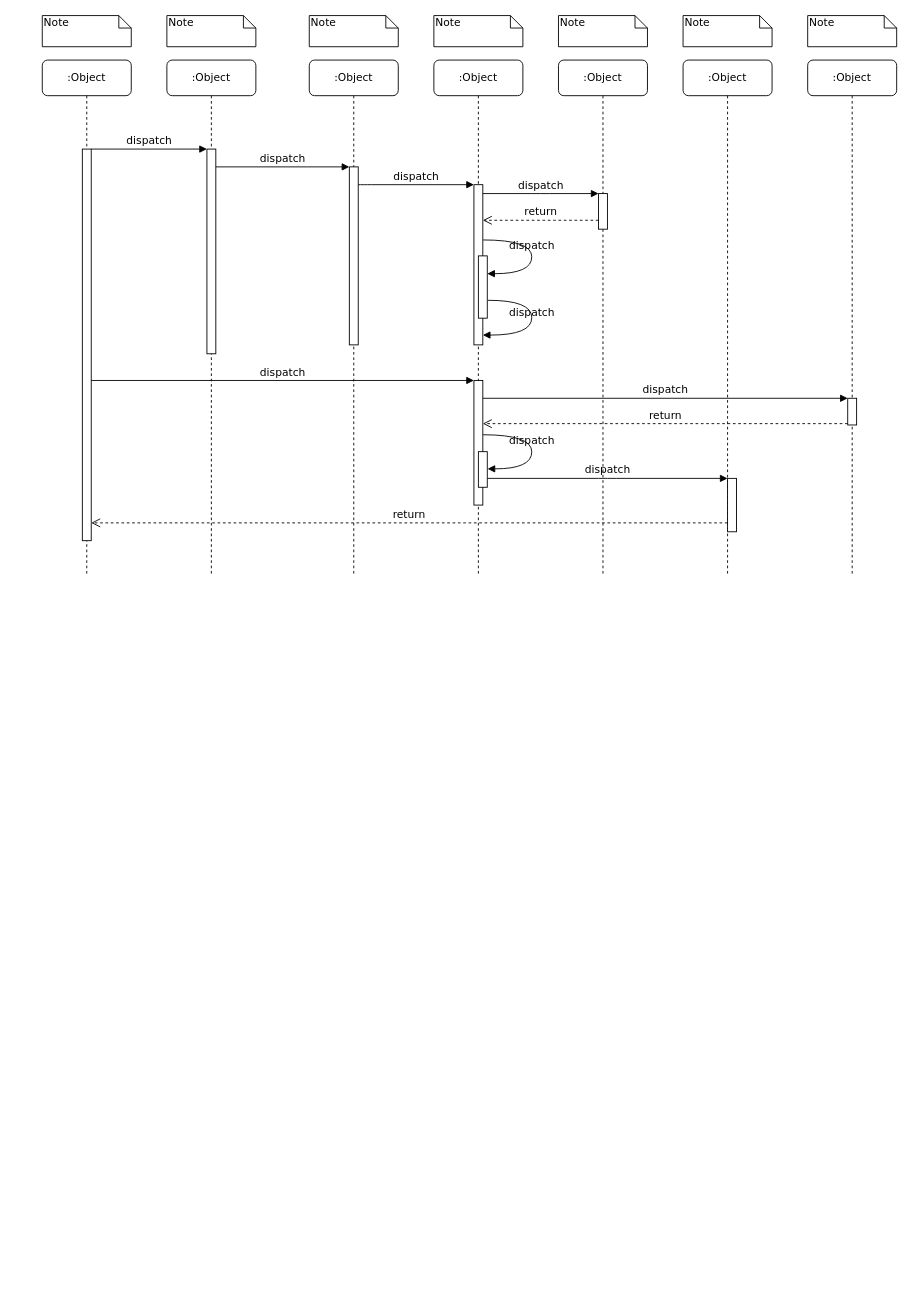
Earlier version of the draw.io diagram 未命名绘图.drawio (jiaweicheng77/drawio). Source tidied: cells renumbered, new cells numbered last; positions are measured from the earlier drawing's top-left corner, leaving out a move shared by most shapes. Both pictures are drawn from the tidied source at 89%, with x=0, y=0 at pixel (42, 15).
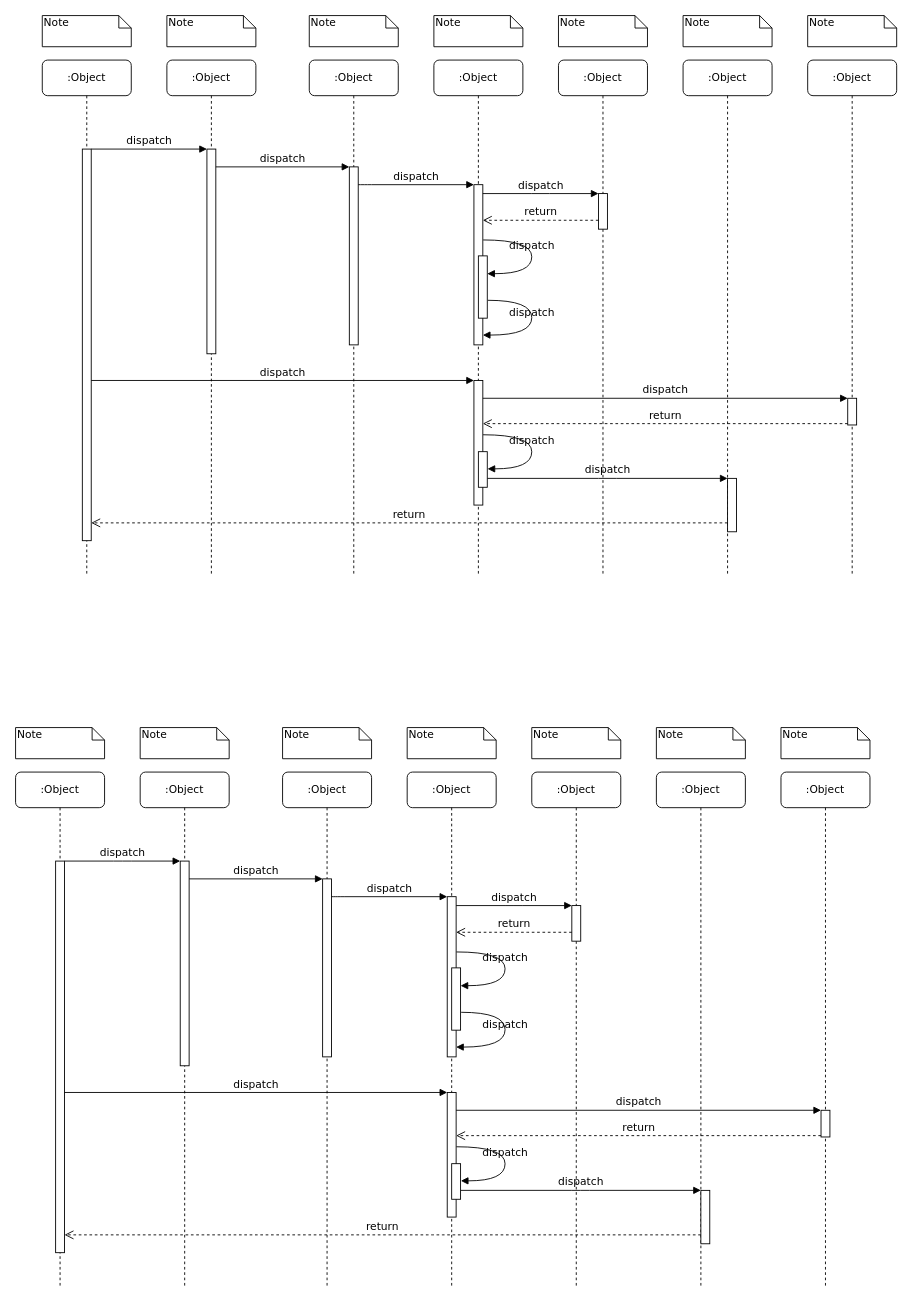
The same page after the edit.

The edit, as a diff of the source:
```diff
@@
+    <mxCell id="39" value=":Object" style="shape=umlLifeline;perimeter=lifelinePerimeter;whiteSpace=wrap;html=1;rounded=1;shadow=0;comic=0;labelBackgroundColor=none;strokeWidth=1;fontFamily=Verdana;fontSize=12;align=center;" parent="1" vertex="1">
+      <mxGeometry x="110" y="850" width="100" height="580" as="geometry" />
+    </mxCell>
+    <mxCell id="40" style="html=1;points=[];perimeter=orthogonalPerimeter;rounded=0;shadow=0;comic=0;labelBackgroundColor=none;strokeWidth=1;fontFamily=Verdana;fontSize=12;align=center;" parent="39" vertex="1">
+      <mxGeometry x="45" y="100" width="10" height="230" as="geometry" />
+    </mxCell>
+    <mxCell id="41" value=":Object" style="shape=umlLifeline;perimeter=lifelinePerimeter;whiteSpace=wrap;html=1;rounded=1;shadow=0;comic=0;labelBackgroundColor=none;strokeWidth=1;fontFamily=Verdana;fontSize=12;align=center;" parent="1" vertex="1">
+      <mxGeometry x="270" y="850" width="100" height="580" as="geometry" />
+    </mxCell>
+    <mxCell id="42" style="html=1;points=[];perimeter=orthogonalPerimeter;rounded=0;shadow=0;comic=0;labelBackgroundColor=none;strokeWidth=1;fontFamily=Verdana;fontSize=12;align=center;" parent="41" vertex="1">
+      <mxGeometry x="45" y="120" width="10" height="200" as="geometry" />
+    </mxCell>
+    <mxCell id="43" value=":Object" style="shape=umlLifeline;perimeter=lifelinePerimeter;whiteSpace=wrap;html=1;rounded=1;shadow=0;comic=0;labelBackgroundColor=none;strokeWidth=1;fontFamily=Verdana;fontSize=12;align=center;" parent="1" vertex="1">
+      <mxGeometry x="410" y="850" width="100" height="580" as="geometry" />
+    </mxCell>
+    <mxCell id="44" value=":Object" style="shape=umlLifeline;perimeter=lifelinePerimeter;whiteSpace=wrap;html=1;rounded=1;shadow=0;comic=0;labelBackgroundColor=none;strokeWidth=1;fontFamily=Verdana;fontSize=12;align=center;" parent="1" vertex="1">
+      <mxGeometry x="550" y="850" width="100" height="580" as="geometry" />
+    </mxCell>
+    <mxCell id="45" value=":Object" style="shape=umlLifeline;perimeter=lifelinePerimeter;whiteSpace=wrap;html=1;rounded=1;shadow=0;comic=0;labelBackgroundColor=none;strokeWidth=1;fontFamily=Verdana;fontSize=12;align=center;" parent="1" vertex="1">
+      <mxGeometry x="690" y="850" width="100" height="580" as="geometry" />
+    </mxCell>
+    <mxCell id="46" value=":Object" style="shape=umlLifeline;perimeter=lifelinePerimeter;whiteSpace=wrap;html=1;rounded=1;shadow=0;comic=0;labelBackgroundColor=none;strokeWidth=1;fontFamily=Verdana;fontSize=12;align=center;" parent="1" vertex="1">
+      <mxGeometry x="830" y="850" width="100" height="580" as="geometry" />
+    </mxCell>
+    <mxCell id="47" value=":Object" style="shape=umlLifeline;perimeter=lifelinePerimeter;whiteSpace=wrap;html=1;rounded=1;shadow=0;comic=0;labelBackgroundColor=none;strokeWidth=1;fontFamily=Verdana;fontSize=12;align=center;" parent="1" vertex="1">
+      <mxGeometry x="-30" y="850" width="100" height="580" as="geometry" />
+    </mxCell>
+    <mxCell id="48" style="html=1;points=[];perimeter=orthogonalPerimeter;rounded=0;shadow=0;comic=0;labelBackgroundColor=none;strokeWidth=1;fontFamily=Verdana;fontSize=12;align=center;" parent="47" vertex="1">
+      <mxGeometry x="45" y="100" width="10" height="440" as="geometry" />
+    </mxCell>
+    <mxCell id="49" style="html=1;points=[];perimeter=orthogonalPerimeter;rounded=0;shadow=0;comic=0;labelBackgroundColor=none;strokeWidth=1;fontFamily=Verdana;fontSize=12;align=center;" parent="1" vertex="1">
+      <mxGeometry x="455" y="990" width="10" height="180" as="geometry" />
+    </mxCell>
+    <mxCell id="50" value="dispatch" style="html=1;verticalAlign=bottom;endArrow=block;labelBackgroundColor=none;fontFamily=Verdana;fontSize=12;edgeStyle=elbowEdgeStyle;elbow=vertical;" parent="1" edge="1" source="42" target="49">
+      <mxGeometry relative="1" as="geometry">
+        <Array as="points">
+          <mxPoint x="330" y="990" />
+        </Array>
+      </mxGeometry>
+    </mxCell>
+    <mxCell id="51" style="html=1;points=[];perimeter=orthogonalPerimeter;rounded=0;shadow=0;comic=0;labelBackgroundColor=none;strokeWidth=1;fontFamily=Verdana;fontSize=12;align=center;" parent="1" vertex="1">
+      <mxGeometry x="595" y="1000" width="10" height="40" as="geometry" />
+    </mxCell>
+    <mxCell id="52" value="dispatch" style="html=1;verticalAlign=bottom;endArrow=block;entryX=0;entryY=0;labelBackgroundColor=none;fontFamily=Verdana;fontSize=12;edgeStyle=elbowEdgeStyle;elbow=vertical;" parent="1" edge="1" source="49" target="51">
+      <mxGeometry relative="1" as="geometry" />
+    </mxCell>
+    <mxCell id="53" value="return" style="html=1;verticalAlign=bottom;endArrow=open;dashed=1;endSize=8;labelBackgroundColor=none;fontFamily=Verdana;fontSize=12;edgeStyle=elbowEdgeStyle;elbow=vertical;" parent="1" edge="1" source="51" target="49">
+      <mxGeometry relative="1" as="geometry">
+        <Array as="points">
+          <mxPoint x="540" y="1030" />
+          <mxPoint x="570" y="1030" />
+        </Array>
+      </mxGeometry>
+    </mxCell>
+    <mxCell id="54" style="html=1;points=[];perimeter=orthogonalPerimeter;rounded=0;shadow=0;comic=0;labelBackgroundColor=none;strokeWidth=1;fontFamily=Verdana;fontSize=12;align=center;" parent="1" vertex="1">
+      <mxGeometry x="455" y="1210" width="10" height="140" as="geometry" />
+    </mxCell>
+    <mxCell id="55" value="dispatch" style="html=1;verticalAlign=bottom;endArrow=block;entryX=0;entryY=0;labelBackgroundColor=none;fontFamily=Verdana;fontSize=12;" parent="1" edge="1" source="48" target="54">
+      <mxGeometry relative="1" as="geometry" />
+    </mxCell>
+    <mxCell id="56" style="html=1;points=[];perimeter=orthogonalPerimeter;rounded=0;shadow=0;comic=0;labelBackgroundColor=none;strokeColor=#000000;strokeWidth=1;fillColor=#FFFFFF;fontFamily=Verdana;fontSize=12;fontColor=#000000;align=center;" parent="1" vertex="1">
+      <mxGeometry x="875" y="1230" width="10" height="30" as="geometry" />
+    </mxCell>
+    <mxCell id="57" value="dispatch" style="html=1;verticalAlign=bottom;endArrow=block;entryX=0;entryY=0;labelBackgroundColor=none;fontFamily=Verdana;fontSize=12;" parent="1" edge="1" source="54" target="56">
+      <mxGeometry relative="1" as="geometry" />
+    </mxCell>
+    <mxCell id="58" value="return" style="html=1;verticalAlign=bottom;endArrow=open;dashed=1;endSize=8;exitX=0;exitY=0.95;labelBackgroundColor=none;fontFamily=Verdana;fontSize=12;" parent="1" edge="1" source="56" target="54">
+      <mxGeometry relative="1" as="geometry" />
+    </mxCell>
+    <mxCell id="59" style="html=1;points=[];perimeter=orthogonalPerimeter;rounded=0;shadow=0;comic=0;labelBackgroundColor=none;strokeWidth=1;fontFamily=Verdana;fontSize=12;align=center;" parent="1" vertex="1">
+      <mxGeometry x="740" y="1320" width="10" height="60" as="geometry" />
+    </mxCell>
+    <mxCell id="60" value="dispatch" style="html=1;verticalAlign=bottom;endArrow=block;entryX=0;entryY=0;labelBackgroundColor=none;fontFamily=Verdana;fontSize=12;edgeStyle=elbowEdgeStyle;elbow=vertical;" parent="1" edge="1" source="67" target="59">
+      <mxGeometry relative="1" as="geometry" />
+    </mxCell>
+    <mxCell id="61" value="return" style="html=1;verticalAlign=bottom;endArrow=open;dashed=1;endSize=8;labelBackgroundColor=none;fontFamily=Verdana;fontSize=12;edgeStyle=elbowEdgeStyle;elbow=vertical;" parent="1" edge="1" source="59" target="48">
+      <mxGeometry relative="1" as="geometry">
+        <Array as="points">
+          <mxPoint x="440" y="1370" />
+        </Array>
+      </mxGeometry>
+    </mxCell>
+    <mxCell id="62" value="dispatch" style="html=1;verticalAlign=bottom;endArrow=block;entryX=0;entryY=0;labelBackgroundColor=none;fontFamily=Verdana;fontSize=12;edgeStyle=elbowEdgeStyle;elbow=vertical;" parent="1" edge="1" source="48" target="40">
+      <mxGeometry relative="1" as="geometry" />
+    </mxCell>
+    <mxCell id="63" value="dispatch" style="html=1;verticalAlign=bottom;endArrow=block;entryX=0;entryY=0;labelBackgroundColor=none;fontFamily=Verdana;fontSize=12;edgeStyle=elbowEdgeStyle;elbow=vertical;" parent="1" edge="1" source="40" target="42">
+      <mxGeometry relative="1" as="geometry" />
+    </mxCell>
+    <mxCell id="64" style="html=1;points=[];perimeter=orthogonalPerimeter;rounded=0;shadow=0;comic=0;labelBackgroundColor=none;strokeWidth=1;fontFamily=Verdana;fontSize=12;align=center;" parent="1" vertex="1">
+      <mxGeometry x="460" y="1070" width="10" height="70" as="geometry" />
+    </mxCell>
+    <mxCell id="65" value="dispatch" style="html=1;verticalAlign=bottom;endArrow=block;labelBackgroundColor=none;fontFamily=Verdana;fontSize=12;elbow=vertical;edgeStyle=orthogonalEdgeStyle;curved=1;entryX=1;entryY=0.286;entryPerimeter=0;exitX=1.038;exitY=0.345;exitPerimeter=0;" parent="1" edge="1" source="49" target="64">
+      <mxGeometry relative="1" as="geometry">
+        <Array as="points">
+          <mxPoint x="520" y="1052" />
+          <mxPoint x="520" y="1090" />
+        </Array>
+      </mxGeometry>
+    </mxCell>
+    <mxCell id="66" value="dispatch" style="html=1;verticalAlign=bottom;endArrow=block;labelBackgroundColor=none;fontFamily=Verdana;fontSize=12;elbow=vertical;edgeStyle=orthogonalEdgeStyle;curved=1;exitX=1.066;exitY=0.713;exitPerimeter=0;" parent="1" edge="1" source="64">
+      <mxGeometry relative="1" as="geometry">
+        <mxPoint x="465" y="1159" as="targetPoint" />
+        <Array as="points">
+          <mxPoint x="520" y="1120" />
+          <mxPoint x="520" y="1159" />
+        </Array>
+      </mxGeometry>
+    </mxCell>
+    <mxCell id="67" style="html=1;points=[];perimeter=orthogonalPerimeter;rounded=0;shadow=0;comic=0;labelBackgroundColor=none;strokeWidth=1;fontFamily=Verdana;fontSize=12;align=center;" parent="1" vertex="1">
+      <mxGeometry x="460" y="1290" width="10" height="40" as="geometry" />
+    </mxCell>
+    <mxCell id="68" value="dispatch" style="html=1;verticalAlign=bottom;endArrow=block;labelBackgroundColor=none;fontFamily=Verdana;fontSize=12;elbow=vertical;edgeStyle=orthogonalEdgeStyle;curved=1;entryX=1;entryY=0.286;entryPerimeter=0;exitX=1.038;exitY=0.345;exitPerimeter=0;" parent="1" edge="1">
+      <mxGeometry relative="1" as="geometry">
+        <mxPoint x="465.3" y="1271" as="sourcePoint" />
+        <mxPoint x="470.3" y="1309.3" as="targetPoint" />
+        <Array as="points">
+          <mxPoint x="520" y="1271" />
+          <mxPoint x="520" y="1309" />
+        </Array>
+      </mxGeometry>
+    </mxCell>
+    <mxCell id="69" value="Note" style="shape=note;whiteSpace=wrap;html=1;size=14;verticalAlign=top;align=left;spacingTop=-6;rounded=0;shadow=0;comic=0;labelBackgroundColor=none;strokeWidth=1;fontFamily=Verdana;fontSize=12;" parent="1" vertex="1">
+      <mxGeometry x="-30" y="800" width="100" height="35" as="geometry" />
+    </mxCell>
+    <mxCell id="70" value="Note" style="shape=note;whiteSpace=wrap;html=1;size=14;verticalAlign=top;align=left;spacingTop=-6;rounded=0;shadow=0;comic=0;labelBackgroundColor=none;strokeWidth=1;fontFamily=Verdana;fontSize=12;" parent="1" vertex="1">
+      <mxGeometry x="110" y="800" width="100" height="35" as="geometry" />
+    </mxCell>
+    <mxCell id="71" value="Note" style="shape=note;whiteSpace=wrap;html=1;size=14;verticalAlign=top;align=left;spacingTop=-6;rounded=0;shadow=0;comic=0;labelBackgroundColor=none;strokeWidth=1;fontFamily=Verdana;fontSize=12;" parent="1" vertex="1">
+      <mxGeometry x="270" y="800" width="100" height="35" as="geometry" />
+    </mxCell>
+    <mxCell id="72" value="Note" style="shape=note;whiteSpace=wrap;html=1;size=14;verticalAlign=top;align=left;spacingTop=-6;rounded=0;shadow=0;comic=0;labelBackgroundColor=none;strokeWidth=1;fontFamily=Verdana;fontSize=12;" parent="1" vertex="1">
+      <mxGeometry x="410" y="800" width="100" height="35" as="geometry" />
+    </mxCell>
+    <mxCell id="73" value="Note" style="shape=note;whiteSpace=wrap;html=1;size=14;verticalAlign=top;align=left;spacingTop=-6;rounded=0;shadow=0;comic=0;labelBackgroundColor=none;strokeWidth=1;fontFamily=Verdana;fontSize=12;" parent="1" vertex="1">
+      <mxGeometry x="550" y="800" width="100" height="35" as="geometry" />
+    </mxCell>
+    <mxCell id="74" value="Note" style="shape=note;whiteSpace=wrap;html=1;size=14;verticalAlign=top;align=left;spacingTop=-6;rounded=0;shadow=0;comic=0;labelBackgroundColor=none;strokeWidth=1;fontFamily=Verdana;fontSize=12;" parent="1" vertex="1">
+      <mxGeometry x="690" y="800" width="100" height="35" as="geometry" />
+    </mxCell>
+    <mxCell id="75" value="Note" style="shape=note;whiteSpace=wrap;html=1;size=14;verticalAlign=top;align=left;spacingTop=-6;rounded=0;shadow=0;comic=0;labelBackgroundColor=none;strokeWidth=1;fontFamily=Verdana;fontSize=12;" parent="1" vertex="1">
+      <mxGeometry x="830" y="800" width="100" height="35" as="geometry" />
+    </mxCell>
```
